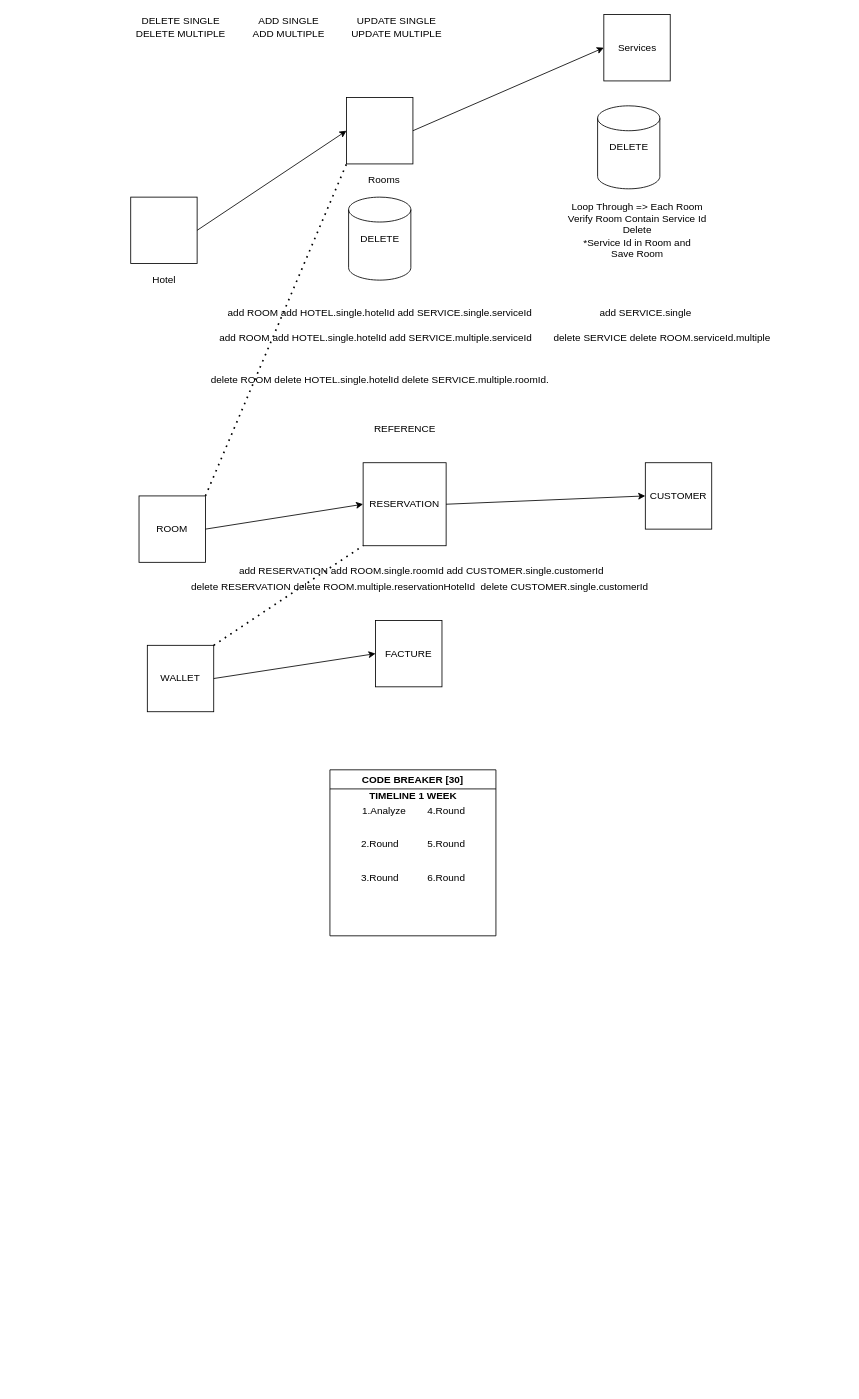
appsdevers/portfolio keeps this draw.io diagram as Untitled Diagram.drawio. Above is the earlier version. Source tidied: cells renumbered, new cells numbered last; positions are measured from the earlier drawing's top-left corner, leaving out a move shared by most shapes. Both pictures are drawn from the tidied source at 83%, with x=0, y=0 at pixel (130, 14).
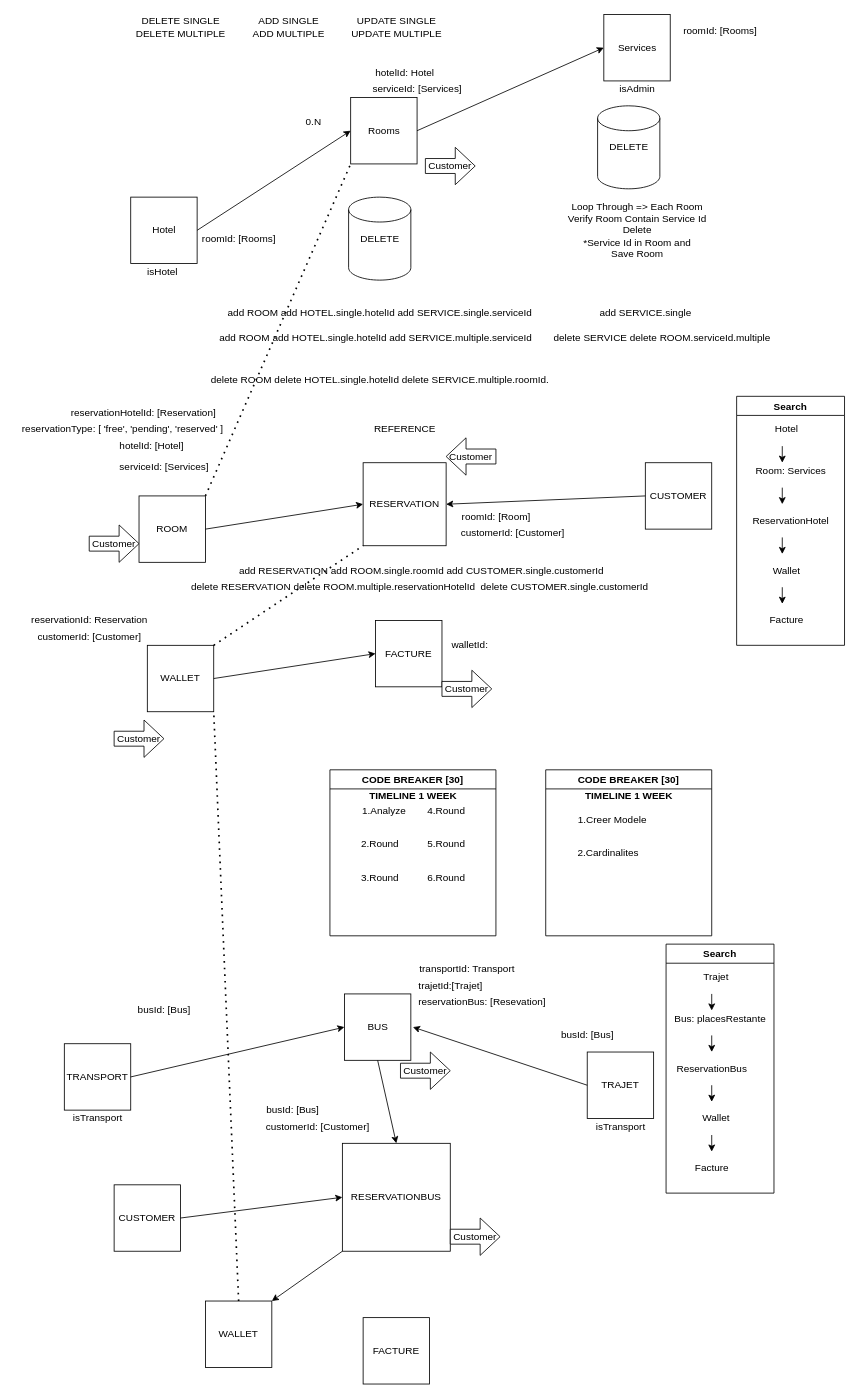
The same diagram, later.

Unchanged cells that the change refers to:
```xml
<mxCell id="21" value="RESERVATION&lt;br&gt;" style="whiteSpace=wrap;html=1;" parent="1" vertex="1">
  <mxGeometry x="280" y="540" width="100" height="100" as="geometry" />
</mxCell>
<mxCell id="23" value="CUSTOMER" style="whiteSpace=wrap;html=1;" parent="1" vertex="1">
  <mxGeometry x="620" y="540" width="80" height="80" as="geometry" />
</mxCell>
<mxCell id="28" value="WALLET&lt;br&gt;" style="whiteSpace=wrap;html=1;" parent="1" vertex="1">
  <mxGeometry x="20" y="760" width="80" height="80" as="geometry" />
</mxCell>
```

The edit, as a diff of the source:
```diff
@@
     <mxCell id="4" style="whiteSpace=wrap;html=1;" parent="1" vertex="1">
-      <mxGeometry x="260" y="100" width="80" height="80" as="geometry" />
+      <mxGeometry x="265" y="100" width="80" height="80" as="geometry" />
     </mxCell>
@@
     <mxCell id="6" value="Rooms&lt;br&gt;" style="text;html=1;align=center;verticalAlign=middle;strokeColor=none;fillColor=none;" parent="1" vertex="1">
-      <mxGeometry x="280" y="190" width="50" height="20" as="geometry" />
+      <mxGeometry x="280" y="130" width="50" height="20" as="geometry" />
     </mxCell>
     <mxCell id="7" value="Hotel&lt;br&gt;" style="text;html=1;align=center;verticalAlign=middle;strokeColor=none;fillColor=none;" parent="1" vertex="1">
-      <mxGeometry x="20" y="310" width="40" height="20" as="geometry" />
+      <mxGeometry x="20" y="250" width="40" height="20" as="geometry" />
     </mxCell>
@@
-    <mxCell id="32" style="endArrow=classic;html=1;rounded=0;exitX=1;exitY=0.5;exitDx=0;exitDy=0;entryX=0;entryY=0.5;entryDx=0;entryDy=0;" parent="1" edge="1" source="21" target="23">
-      <mxGeometry relative="1" as="geometry" />
-    </mxCell>
@@
+    <mxCell id="44" value="isAdmin" style="text;html=1;align=center;verticalAlign=middle;strokeColor=none;fillColor=none;" parent="1" vertex="1">
+      <mxGeometry x="580" y="80" width="60" height="20" as="geometry" />
+    </mxCell>
+    <mxCell id="45" value="isHotel" style="text;html=1;align=center;verticalAlign=middle;strokeColor=none;fillColor=none;" parent="1" vertex="1">
+      <mxGeometry x="12.5" y="300" width="50" height="20" as="geometry" />
+    </mxCell>
+    <mxCell id="46" value="0.N" style="text;html=1;align=center;verticalAlign=middle;strokeColor=none;fillColor=none;" parent="1" vertex="1">
+      <mxGeometry x="205" y="120" width="30" height="20" as="geometry" />
+    </mxCell>
+    <mxCell id="47" value="Customer" style="shape=singleArrow;whiteSpace=wrap;html=1;arrowWidth=0.4;arrowSize=0.4;" parent="1" vertex="1">
+      <mxGeometry x="-50" y="615" width="60" height="45" as="geometry" />
+    </mxCell>
+    <mxCell id="48" value="Customer" style="shape=singleArrow;whiteSpace=wrap;html=1;arrowWidth=0.4;arrowSize=0.4;" parent="1" vertex="1">
+      <mxGeometry x="355" y="160" width="60" height="45" as="geometry" />
+    </mxCell>
+    <mxCell id="49" value="Customer" style="shape=singleArrow;whiteSpace=wrap;html=1;arrowWidth=0.4;arrowSize=0.4;direction=west;" parent="1" vertex="1">
+      <mxGeometry x="380" y="510" width="60" height="45" as="geometry" />
+    </mxCell>
+    <mxCell id="50" style="endArrow=classic;html=1;rounded=0;exitX=0;exitY=0.5;exitDx=0;exitDy=0;entryX=1;entryY=0.5;entryDx=0;entryDy=0;" parent="1" edge="1" source="23" target="21">
+      <mxGeometry relative="1" as="geometry" />
+    </mxCell>
+    <mxCell id="51" value="roomId: [Rooms]" style="text;html=1;align=center;verticalAlign=middle;strokeColor=none;fillColor=none;" parent="1" vertex="1">
+      <mxGeometry x="80" y="260" width="100" height="20" as="geometry" />
+    </mxCell>
+    <mxCell id="52" value="hotelId: Hotel" style="text;html=1;align=center;verticalAlign=middle;strokeColor=none;fillColor=none;" parent="1" vertex="1">
+      <mxGeometry x="285" y="60" width="90" height="20" as="geometry" />
+    </mxCell>
+    <mxCell id="53" value="serviceId: [Services]" style="text;html=1;align=center;verticalAlign=middle;strokeColor=none;fillColor=none;" parent="1" vertex="1">
+      <mxGeometry x="285" y="80" width="120" height="20" as="geometry" />
+    </mxCell>
+    <mxCell id="54" value="roomId: [Rooms]" style="text;html=1;align=center;verticalAlign=middle;strokeColor=none;fillColor=none;" parent="1" vertex="1">
+      <mxGeometry x="660" y="10" width="100" height="20" as="geometry" />
+    </mxCell>
+    <mxCell id="55" value="serviceId: [Services]" style="text;html=1;align=center;verticalAlign=middle;strokeColor=none;fillColor=none;" parent="1" vertex="1">
+      <mxGeometry x="-20" y="535" width="120" height="20" as="geometry" />
+    </mxCell>
+    <mxCell id="56" value="hotelId: [Hotel]" style="text;html=1;align=center;verticalAlign=middle;strokeColor=none;fillColor=none;" parent="1" vertex="1">
+      <mxGeometry x="-20" y="510" width="90" height="20" as="geometry" />
+    </mxCell>
+    <mxCell id="57" value="reservationHotelId: [Reservation]" style="text;html=1;align=center;verticalAlign=middle;strokeColor=none;fillColor=none;" parent="1" vertex="1">
+      <mxGeometry x="-80" y="470" width="190" height="20" as="geometry" />
+    </mxCell>
+    <mxCell id="58" value="reservationType: [ 'free', 'pending', 'reserved' ]" style="text;html=1;align=center;verticalAlign=middle;strokeColor=none;fillColor=none;" parent="1" vertex="1">
+      <mxGeometry x="-140" y="490" width="260" height="20" as="geometry" />
+    </mxCell>
+    <mxCell id="59" value="roomId: [Room]" style="text;html=1;align=center;verticalAlign=middle;strokeColor=none;fillColor=none;" parent="1" vertex="1">
+      <mxGeometry x="390" y="595" width="100" height="20" as="geometry" />
+    </mxCell>
+    <mxCell id="60" value="customerId: [Customer]" style="text;html=1;align=center;verticalAlign=middle;strokeColor=none;fillColor=none;" parent="1" vertex="1">
+      <mxGeometry x="390" y="615" width="140" height="20" as="geometry" />
+    </mxCell>
+    <mxCell id="61" value="Customer" style="shape=singleArrow;whiteSpace=wrap;html=1;arrowWidth=0.4;arrowSize=0.4;direction=east;" parent="1" vertex="1">
+      <mxGeometry x="375" y="790" width="60" height="45" as="geometry" />
+    </mxCell>
+    <mxCell id="62" value="customerId: [Customer]" style="text;html=1;align=center;verticalAlign=middle;strokeColor=none;fillColor=none;" parent="1" vertex="1">
+      <mxGeometry x="-120" y="740" width="140" height="20" as="geometry" />
+    </mxCell>
+    <mxCell id="63" value="reservationId: Reservation" style="text;html=1;align=center;verticalAlign=middle;strokeColor=none;fillColor=none;" parent="1" vertex="1">
+      <mxGeometry x="-130" y="720" width="160" height="20" as="geometry" />
+    </mxCell>
+    <mxCell id="64" value="Customer" style="shape=singleArrow;whiteSpace=wrap;html=1;arrowWidth=0.4;arrowSize=0.4;direction=east;" parent="1" vertex="1">
+      <mxGeometry x="325" y="1250" width="60" height="45" as="geometry" />
+    </mxCell>
+    <mxCell id="65" value="walletId:&amp;nbsp;" style="text;html=1;align=center;verticalAlign=middle;strokeColor=none;fillColor=none;" parent="1" vertex="1">
+      <mxGeometry x="380" y="750" width="60" height="20" as="geometry" />
+    </mxCell>
+    <mxCell id="66" value="TRANSPORT" style="whiteSpace=wrap;html=1;" parent="1" vertex="1">
+      <mxGeometry x="-80" y="1240" width="80" height="80" as="geometry" />
+    </mxCell>
+    <mxCell id="67" value="BUS" style="whiteSpace=wrap;html=1;" parent="1" vertex="1">
+      <mxGeometry x="257.5" y="1180" width="80" height="80" as="geometry" />
+    </mxCell>
+    <mxCell id="68" value="TRAJET" style="whiteSpace=wrap;html=1;" parent="1" vertex="1">
+      <mxGeometry x="550" y="1250" width="80" height="80" as="geometry" />
+    </mxCell>
+    <mxCell id="69" style="endArrow=classic;html=1;rounded=0;entryX=0;entryY=0.5;entryDx=0;entryDy=0;" parent="1" edge="1" target="67">
+      <mxGeometry relative="1" as="geometry">
+        <mxPoint y="1280" as="sourcePoint" />
+      </mxGeometry>
+    </mxCell>
+    <mxCell id="70" value="isTransport" style="text;html=1;align=center;verticalAlign=middle;strokeColor=none;fillColor=none;" parent="1" vertex="1">
+      <mxGeometry x="-80" y="1320" width="80" height="20" as="geometry" />
+    </mxCell>
+    <mxCell id="71" value="isTransport" style="text;html=1;align=center;verticalAlign=middle;strokeColor=none;fillColor=none;" parent="1" vertex="1">
+      <mxGeometry x="550" y="1330" width="80" height="20" as="geometry" />
+    </mxCell>
+    <mxCell id="72" style="endArrow=classic;html=1;rounded=0;exitX=0;exitY=0.5;exitDx=0;exitDy=0;" parent="1" edge="1" source="68">
+      <mxGeometry relative="1" as="geometry">
+        <mxPoint x="340" y="1220" as="targetPoint" />
+      </mxGeometry>
+    </mxCell>
+    <mxCell id="73" value="busId: [Bus]" style="text;html=1;align=center;verticalAlign=middle;strokeColor=none;fillColor=none;" parent="1" vertex="1">
+      <mxGeometry y="1190" width="80" height="20" as="geometry" />
+    </mxCell>
+    <mxCell id="74" value="transportId: Transport" style="text;html=1;align=center;verticalAlign=middle;strokeColor=none;fillColor=none;" parent="1" vertex="1">
+      <mxGeometry x="340" y="1140" width="130" height="20" as="geometry" />
+    </mxCell>
+    <mxCell id="75" value="trajetId:[Trajet]" style="text;html=1;align=center;verticalAlign=middle;strokeColor=none;fillColor=none;" parent="1" vertex="1">
+      <mxGeometry x="340" y="1160" width="90" height="20" as="geometry" />
+    </mxCell>
+    <mxCell id="76" value="Search" style="swimlane;" parent="1" vertex="1">
+      <mxGeometry x="645" y="1120" width="130" height="300" as="geometry" />
+    </mxCell>
+    <mxCell id="77" value="Trajet" style="text;html=1;align=center;verticalAlign=middle;strokeColor=none;fillColor=none;" parent="76" vertex="1">
+      <mxGeometry x="35" y="30" width="50" height="20" as="geometry" />
+    </mxCell>
+    <mxCell id="78" style="endArrow=classic;html=1;rounded=0;" parent="76" edge="1">
+      <mxGeometry relative="1" as="geometry">
+        <mxPoint x="55" y="60" as="sourcePoint" />
+        <mxPoint x="55" y="80" as="targetPoint" />
+      </mxGeometry>
+    </mxCell>
+    <mxCell id="79" value="Bus: placesRestante" style="text;html=1;align=center;verticalAlign=middle;strokeColor=none;fillColor=none;" parent="76" vertex="1">
+      <mxGeometry y="80" width="130" height="20" as="geometry" />
+    </mxCell>
+    <mxCell id="80" style="endArrow=classic;html=1;rounded=0;" parent="76" edge="1">
+      <mxGeometry relative="1" as="geometry">
+        <mxPoint x="55" y="110" as="sourcePoint" />
+        <mxPoint x="55" y="130" as="targetPoint" />
+      </mxGeometry>
+    </mxCell>
+    <mxCell id="81" style="endArrow=classic;html=1;rounded=0;" parent="76" edge="1">
+      <mxGeometry relative="1" as="geometry">
+        <mxPoint x="55" y="170" as="sourcePoint" />
+        <mxPoint x="55" y="190" as="targetPoint" />
+      </mxGeometry>
+    </mxCell>
+    <mxCell id="82" value="Wallet" style="text;html=1;align=center;verticalAlign=middle;strokeColor=none;fillColor=none;" parent="76" vertex="1">
+      <mxGeometry x="35" y="200" width="50" height="20" as="geometry" />
+    </mxCell>
+    <mxCell id="83" style="endArrow=classic;html=1;rounded=0;" parent="76" edge="1">
+      <mxGeometry relative="1" as="geometry">
+        <mxPoint x="55" y="230" as="sourcePoint" />
+        <mxPoint x="55" y="250" as="targetPoint" />
+      </mxGeometry>
+    </mxCell>
+    <mxCell id="84" value="RESERVATIONBUS" style="whiteSpace=wrap;html=1;" parent="1" vertex="1">
+      <mxGeometry x="255" y="1360" width="130" height="130" as="geometry" />
+    </mxCell>
+    <mxCell id="85" value="Customer" style="shape=singleArrow;whiteSpace=wrap;html=1;arrowWidth=0.4;arrowSize=0.4;direction=east;" parent="1" vertex="1">
+      <mxGeometry x="-20" y="850" width="60" height="45" as="geometry" />
+    </mxCell>
+    <mxCell id="86" style="endArrow=classic;html=1;rounded=0;exitX=0.5;exitY=1;exitDx=0;exitDy=0;entryX=0.5;entryY=0;entryDx=0;entryDy=0;" parent="1" edge="1" source="67" target="84">
+      <mxGeometry relative="1" as="geometry" />
+    </mxCell>
+    <mxCell id="87" value="busId: [Bus]" style="text;html=1;align=center;verticalAlign=middle;strokeColor=none;fillColor=none;" parent="1" vertex="1">
+      <mxGeometry x="510" y="1220" width="80" height="20" as="geometry" />
+    </mxCell>
+    <mxCell id="88" value="CUSTOMER" style="whiteSpace=wrap;html=1;" parent="1" vertex="1">
+      <mxGeometry x="-20" y="1410" width="80" height="80" as="geometry" />
+    </mxCell>
+    <mxCell id="89" style="endArrow=classic;html=1;rounded=0;exitX=1;exitY=0.5;exitDx=0;exitDy=0;entryX=0;entryY=0.5;entryDx=0;entryDy=0;" parent="1" edge="1" source="88" target="84">
+      <mxGeometry relative="1" as="geometry" />
+    </mxCell>
+    <mxCell id="90" value="reservationBus: [Resevation]" style="text;html=1;align=center;verticalAlign=middle;strokeColor=none;fillColor=none;" parent="1" vertex="1">
+      <mxGeometry x="337.5" y="1180" width="170" height="20" as="geometry" />
+    </mxCell>
+    <mxCell id="91" value="Customer" style="shape=singleArrow;whiteSpace=wrap;html=1;arrowWidth=0.4;arrowSize=0.4;direction=east;" parent="1" vertex="1">
+      <mxGeometry x="385" y="1450" width="60" height="45" as="geometry" />
+    </mxCell>
+    <mxCell id="92" value="WALLET" style="whiteSpace=wrap;html=1;" parent="1" vertex="1">
+      <mxGeometry x="90" y="1550" width="80" height="80" as="geometry" />
+    </mxCell>
+    <mxCell id="93" value="FACTURE" style="whiteSpace=wrap;html=1;" parent="1" vertex="1">
+      <mxGeometry x="280" y="1570" width="80" height="80" as="geometry" />
+    </mxCell>
+    <mxCell id="94" value="busId: [Bus]" style="text;html=1;align=center;verticalAlign=middle;strokeColor=none;fillColor=none;" parent="1" vertex="1">
+      <mxGeometry x="155" y="1310" width="80" height="20" as="geometry" />
+    </mxCell>
+    <mxCell id="95" value="customerId: [Customer]" style="text;html=1;align=center;verticalAlign=middle;strokeColor=none;fillColor=none;" parent="1" vertex="1">
+      <mxGeometry x="155" y="1330" width="140" height="20" as="geometry" />
+    </mxCell>
+    <mxCell id="96" style="endArrow=classic;html=1;rounded=0;exitX=0;exitY=1;exitDx=0;exitDy=0;entryX=1;entryY=0;entryDx=0;entryDy=0;" parent="1" edge="1" source="84" target="92">
+      <mxGeometry relative="1" as="geometry" />
+    </mxCell>
+    <mxCell id="97" value="ReservationBus" style="text;html=1;align=center;verticalAlign=middle;strokeColor=none;fillColor=none;" parent="1" vertex="1">
+      <mxGeometry x="650" y="1260" width="100" height="20" as="geometry" />
+    </mxCell>
+    <mxCell id="98" value="Facture" style="text;html=1;align=center;verticalAlign=middle;strokeColor=none;fillColor=none;" parent="1" vertex="1">
+      <mxGeometry x="670" y="1380" width="60" height="20" as="geometry" />
+    </mxCell>
+    <mxCell id="99" value="Search" style="swimlane;" parent="1" vertex="1">
+      <mxGeometry x="730" y="460" width="130" height="300" as="geometry" />
+    </mxCell>
+    <mxCell id="100" value="Hotel" style="text;html=1;align=center;verticalAlign=middle;strokeColor=none;fillColor=none;" parent="99" vertex="1">
+      <mxGeometry x="40" y="30" width="40" height="20" as="geometry" />
+    </mxCell>
+    <mxCell id="101" style="endArrow=classic;html=1;rounded=0;" parent="99" edge="1">
+      <mxGeometry relative="1" as="geometry">
+        <mxPoint x="55" y="60" as="sourcePoint" />
+        <mxPoint x="55" y="80" as="targetPoint" />
+      </mxGeometry>
+    </mxCell>
+    <mxCell id="102" value="Room: Services" style="text;html=1;align=center;verticalAlign=middle;strokeColor=none;fillColor=none;" parent="99" vertex="1">
+      <mxGeometry x="15" y="80" width="100" height="20" as="geometry" />
+    </mxCell>
+    <mxCell id="103" style="endArrow=classic;html=1;rounded=0;" parent="99" edge="1">
+      <mxGeometry relative="1" as="geometry">
+        <mxPoint x="55" y="110" as="sourcePoint" />
+        <mxPoint x="55" y="130" as="targetPoint" />
+      </mxGeometry>
+    </mxCell>
+    <mxCell id="104" style="endArrow=classic;html=1;rounded=0;" parent="99" edge="1">
+      <mxGeometry relative="1" as="geometry">
+        <mxPoint x="55" y="170" as="sourcePoint" />
+        <mxPoint x="55" y="190" as="targetPoint" />
+      </mxGeometry>
+    </mxCell>
+    <mxCell id="105" value="Wallet" style="text;html=1;align=center;verticalAlign=middle;strokeColor=none;fillColor=none;" parent="99" vertex="1">
+      <mxGeometry x="35" y="200" width="50" height="20" as="geometry" />
+    </mxCell>
+    <mxCell id="106" style="endArrow=classic;html=1;rounded=0;" parent="99" edge="1">
+      <mxGeometry relative="1" as="geometry">
+        <mxPoint x="55" y="230" as="sourcePoint" />
+        <mxPoint x="55" y="250" as="targetPoint" />
+      </mxGeometry>
+    </mxCell>
+    <mxCell id="107" value="ReservationHotel" style="text;html=1;align=center;verticalAlign=middle;strokeColor=none;fillColor=none;" parent="99" vertex="1">
+      <mxGeometry x="10" y="140" width="110" height="20" as="geometry" />
+    </mxCell>
+    <mxCell id="108" value="Facture" style="text;html=1;align=center;verticalAlign=middle;strokeColor=none;fillColor=none;" parent="1" vertex="1">
+      <mxGeometry x="760" y="720" width="60" height="20" as="geometry" />
+    </mxCell>
+    <mxCell id="109" value="CODE BREAKER [30]" style="swimlane;" parent="1" vertex="1">
+      <mxGeometry x="500" y="910" width="200" height="200" as="geometry" />
+    </mxCell>
+    <mxCell id="110" value="&lt;b&gt;TIMELINE 1 WEEK&lt;/b&gt;" style="text;html=1;align=center;verticalAlign=middle;strokeColor=none;fillColor=none;" parent="109" vertex="1">
+      <mxGeometry x="40" y="22" width="120" height="20" as="geometry" />
+    </mxCell>
+    <mxCell id="111" value="1.Creer Modele" style="text;html=1;align=center;verticalAlign=middle;strokeColor=none;fillColor=none;" parent="109" vertex="1">
+      <mxGeometry x="30" y="50" width="100" height="20" as="geometry" />
+    </mxCell>
+    <mxCell id="112" value="2.Cardinalites" style="text;html=1;align=center;verticalAlign=middle;strokeColor=none;fillColor=none;" parent="109" vertex="1">
+      <mxGeometry x="30" y="90" width="90" height="20" as="geometry" />
+    </mxCell>
+    <mxCell id="113" style="endArrow=none;dashed=1;html=1;dashPattern=1 3;strokeWidth=2;rounded=0;entryX=1;entryY=1;entryDx=0;entryDy=0;exitX=0.5;exitY=0;exitDx=0;exitDy=0;" parent="1" edge="1" source="92" target="28">
+      <mxGeometry relative="1" as="geometry" />
+    </mxCell>
```
